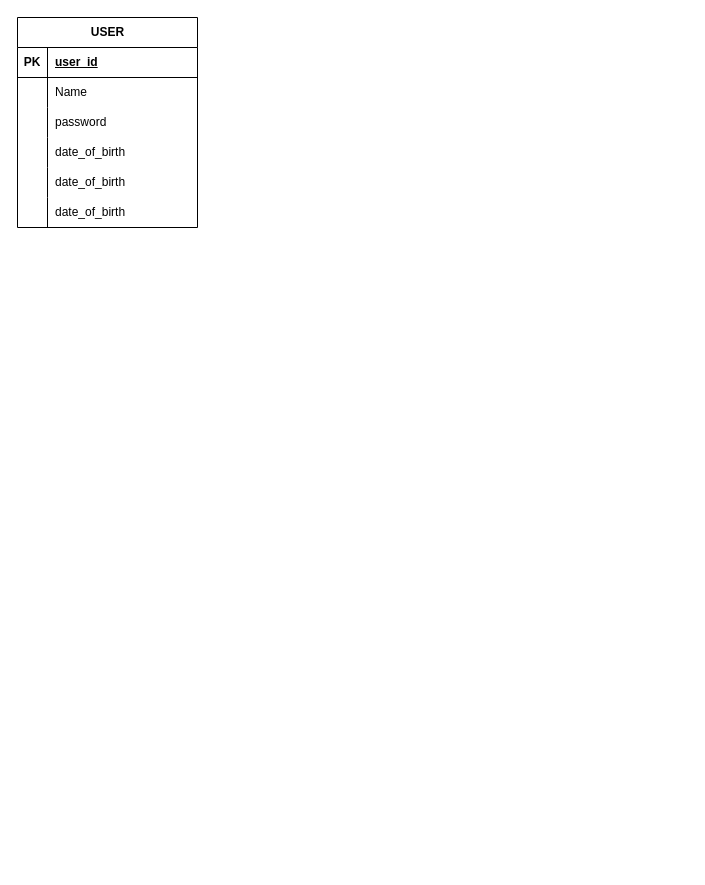
Earlier version of the draw.io diagram Spotify_ERD.drawio (mhtcode/Draw.io). Source tidied: cells renumbered, new cells numbered last; positions are measured from the earlier drawing's top-left corner, leaving out a move shared by most shapes. Both pictures are drawn from the tidied source at 100%, with x=0, y=0 at pixel (17, 17).
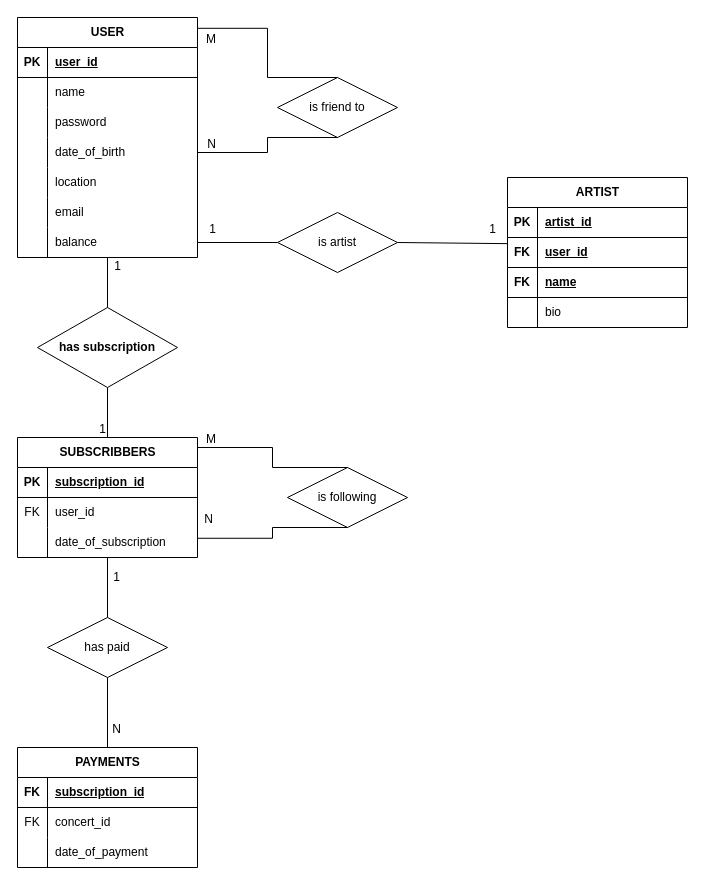
After the change.

Unchanged cells that the change refers to:
```xml
<mxCell id="6" style="shape=tableRow;horizontal=0;startSize=0;swimlaneHead=0;swimlaneBody=0;fillColor=none;top=0;left=0;right=0;bottom=0;" parent="2" vertex="1">
  <mxGeometry y="60" width="180" height="30" as="geometry" />
</mxCell>
<mxCell id="12" style="shape=tableRow;horizontal=0;startSize=0;swimlaneHead=0;swimlaneBody=0;fillColor=none;points=[[0,0.5],[1,0.5]];portConstraint=eastwest;top=0;left=0;right=0;bottom=0;" parent="2" vertex="1">
  <mxGeometry y="120" width="180" height="30" as="geometry" />
</mxCell>
<mxCell id="15" style="shape=tableRow;horizontal=0;startSize=0;swimlaneHead=0;swimlaneBody=0;fillColor=none;top=0;left=0;right=0;bottom=0;" parent="2" vertex="1">
  <mxGeometry y="150" width="180" height="30" as="geometry" />
</mxCell>
<mxCell id="18" style="shape=tableRow;horizontal=0;startSize=0;swimlaneHead=0;swimlaneBody=0;fillColor=none;top=0;left=0;right=0;bottom=0;" parent="2" vertex="1">
  <mxGeometry y="180" width="180" height="30" as="geometry" />
</mxCell>
```

Diff of the diagram source:
```diff
@@
     <mxCell id="2" value="USER" style="shape=table;startSize=30;childLayout=tableLayout;rowLines=0;fontStyle=1;align=center;html=1;" parent="1" vertex="1">
-      <mxGeometry width="180" height="210" as="geometry" />
+      <mxGeometry width="180" height="240" as="geometry" />
     </mxCell>
@@
-    <mxCell id="8" value="Name" style="shape=partialRectangle;fillColor=none;top=0;left=0;bottom=0;right=0;align=left;spacingLeft=6;overflow=hidden;whiteSpace=wrap;html=1;" parent="6" vertex="1">
+    <mxCell id="8" value="name" style="shape=partialRectangle;fillColor=none;top=0;left=0;bottom=0;right=0;align=left;spacingLeft=6;overflow=hidden;whiteSpace=wrap;html=1;" parent="6" vertex="1">
       <mxGeometry x="30" width="150" height="30" as="geometry" />
     </mxCell>
@@
-    <mxCell id="17" value="date_of_birth" style="shape=partialRectangle;fillColor=none;top=0;left=0;bottom=0;right=0;align=left;spacingLeft=6;overflow=hidden;whiteSpace=wrap;html=1;" parent="15" vertex="1">
+    <mxCell id="17" value="location" style="shape=partialRectangle;fillColor=none;top=0;left=0;bottom=0;right=0;align=left;spacingLeft=6;overflow=hidden;whiteSpace=wrap;html=1;" parent="15" vertex="1">
       <mxGeometry x="30" width="150" height="30" as="geometry" />
     </mxCell>
@@
-    <mxCell id="20" value="date_of_birth" style="shape=partialRectangle;fillColor=none;top=0;left=0;bottom=0;right=0;align=left;spacingLeft=6;overflow=hidden;whiteSpace=wrap;html=1;" parent="18" vertex="1">
+    <mxCell id="20" value="email" style="shape=partialRectangle;fillColor=none;top=0;left=0;bottom=0;right=0;align=left;spacingLeft=6;overflow=hidden;whiteSpace=wrap;html=1;" parent="18" vertex="1">
       <mxGeometry x="30" width="150" height="30" as="geometry" />
     </mxCell>
+    <mxCell id="21" style="shape=tableRow;horizontal=0;startSize=0;swimlaneHead=0;swimlaneBody=0;fillColor=none;points=[[0,0.5],[1,0.5]];portConstraint=eastwest;top=0;left=0;right=0;bottom=0;" parent="2" vertex="1">
+      <mxGeometry y="210" width="180" height="30" as="geometry" />
+    </mxCell>
+    <mxCell id="22" style="shape=partialRectangle;fillColor=none;top=0;left=0;bottom=0;right=0;overflow=hidden;whiteSpace=wrap;html=1;" parent="21" vertex="1">
+      <mxGeometry width="30" height="30" as="geometry" />
+    </mxCell>
+    <mxCell id="23" value="balance" style="shape=partialRectangle;fillColor=none;top=0;left=0;bottom=0;right=0;align=left;spacingLeft=6;overflow=hidden;whiteSpace=wrap;html=1;" parent="21" vertex="1">
+      <mxGeometry x="30" width="150" height="30" as="geometry" />
+    </mxCell>
+    <mxCell id="24" value="PAYMENTS" style="shape=table;startSize=30;childLayout=tableLayout;rowLines=0;fontStyle=1;align=center;html=1;" parent="1" vertex="1">
+      <mxGeometry y="730" width="180" height="120" as="geometry" />
+    </mxCell>
+    <mxCell id="25" style="shape=tableRow;horizontal=0;startSize=0;swimlaneHead=0;swimlaneBody=0;fillColor=none;top=0;left=0;right=0;bottom=1;" parent="24" vertex="1">
+      <mxGeometry y="30" width="180" height="30" as="geometry" />
+    </mxCell>
+    <mxCell id="26" value="FK" style="shape=partialRectangle;fillColor=none;top=0;left=0;bottom=0;right=0;fontStyle=1;overflow=hidden;whiteSpace=wrap;html=1;" parent="25" vertex="1">
+      <mxGeometry width="30" height="30" as="geometry" />
+    </mxCell>
+    <mxCell id="27" value="subscription_id" style="shape=partialRectangle;fillColor=none;top=0;left=0;bottom=0;right=0;align=left;spacingLeft=6;fontStyle=5;overflow=hidden;whiteSpace=wrap;html=1;" parent="25" vertex="1">
+      <mxGeometry x="30" width="150" height="30" as="geometry" />
+    </mxCell>
+    <mxCell id="28" style="shape=tableRow;horizontal=0;startSize=0;swimlaneHead=0;swimlaneBody=0;fillColor=none;top=0;left=0;right=0;bottom=0;" parent="24" vertex="1">
+      <mxGeometry y="60" width="180" height="30" as="geometry" />
+    </mxCell>
+    <mxCell id="29" value="FK" style="shape=partialRectangle;fillColor=none;top=0;left=0;bottom=0;right=0;overflow=hidden;whiteSpace=wrap;html=1;" parent="28" vertex="1">
+      <mxGeometry width="30" height="30" as="geometry" />
+    </mxCell>
+    <mxCell id="30" value="concert_id" style="shape=partialRectangle;fillColor=none;top=0;left=0;bottom=0;right=0;align=left;spacingLeft=6;overflow=hidden;whiteSpace=wrap;html=1;" parent="28" vertex="1">
+      <mxGeometry x="30" width="150" height="30" as="geometry" />
+    </mxCell>
+    <mxCell id="31" style="shape=tableRow;horizontal=0;startSize=0;swimlaneHead=0;swimlaneBody=0;fillColor=none;top=0;left=0;right=0;bottom=0;" parent="24" vertex="1">
+      <mxGeometry y="90" width="180" height="30" as="geometry" />
+    </mxCell>
+    <mxCell id="32" style="shape=partialRectangle;fillColor=none;top=0;left=0;bottom=0;right=0;overflow=hidden;whiteSpace=wrap;html=1;" parent="31" vertex="1">
+      <mxGeometry width="30" height="30" as="geometry" />
+    </mxCell>
+    <mxCell id="33" value="date_of_payment" style="shape=partialRectangle;fillColor=none;top=0;left=0;bottom=0;right=0;align=left;spacingLeft=6;overflow=hidden;whiteSpace=wrap;html=1;" parent="31" vertex="1">
+      <mxGeometry x="30" width="150" height="30" as="geometry" />
+    </mxCell>
+    <mxCell id="34" value="SUBSCRIBBERS" style="shape=table;startSize=30;childLayout=tableLayout;rowLines=0;fontStyle=1;align=center;html=1;" parent="1" vertex="1">
+      <mxGeometry y="420" width="180" height="120" as="geometry" />
+    </mxCell>
+    <mxCell id="35" style="shape=tableRow;horizontal=0;startSize=0;swimlaneHead=0;swimlaneBody=0;fillColor=none;top=0;left=0;right=0;bottom=1;" parent="34" vertex="1">
+      <mxGeometry y="30" width="180" height="30" as="geometry" />
+    </mxCell>
+    <mxCell id="36" value="PK" style="shape=partialRectangle;fillColor=none;top=0;left=0;bottom=0;right=0;fontStyle=1;overflow=hidden;whiteSpace=wrap;html=1;" parent="35" vertex="1">
+      <mxGeometry width="30" height="30" as="geometry" />
+    </mxCell>
+    <mxCell id="37" value="subscription_id" style="shape=partialRectangle;fillColor=none;top=0;left=0;bottom=0;right=0;align=left;spacingLeft=6;fontStyle=5;overflow=hidden;whiteSpace=wrap;html=1;" parent="35" vertex="1">
+      <mxGeometry x="30" width="150" height="30" as="geometry" />
+    </mxCell>
+    <mxCell id="38" style="shape=tableRow;horizontal=0;startSize=0;swimlaneHead=0;swimlaneBody=0;fillColor=none;top=0;left=0;right=0;bottom=0;" parent="34" vertex="1">
+      <mxGeometry y="60" width="180" height="30" as="geometry" />
+    </mxCell>
+    <mxCell id="39" value="FK" style="shape=partialRectangle;fillColor=none;top=0;left=0;bottom=0;right=0;overflow=hidden;whiteSpace=wrap;html=1;" parent="38" vertex="1">
+      <mxGeometry width="30" height="30" as="geometry" />
+    </mxCell>
+    <mxCell id="40" value="user_id" style="shape=partialRectangle;fillColor=none;top=0;left=0;bottom=0;right=0;align=left;spacingLeft=6;overflow=hidden;whiteSpace=wrap;html=1;" parent="38" vertex="1">
+      <mxGeometry x="30" width="150" height="30" as="geometry" />
+    </mxCell>
+    <mxCell id="41" style="shape=tableRow;horizontal=0;startSize=0;swimlaneHead=0;swimlaneBody=0;fillColor=none;points=[[0,0.5],[1,0.5]];portConstraint=eastwest;top=0;left=0;right=0;bottom=0;" parent="34" vertex="1">
+      <mxGeometry y="90" width="180" height="30" as="geometry" />
+    </mxCell>
+    <mxCell id="42" style="shape=partialRectangle;fillColor=none;top=0;left=0;bottom=0;right=0;overflow=hidden;whiteSpace=wrap;html=1;" parent="41" vertex="1">
+      <mxGeometry width="30" height="30" as="geometry" />
+    </mxCell>
+    <mxCell id="43" value="date_of_subscription" style="shape=partialRectangle;fillColor=none;top=0;left=0;bottom=0;right=0;align=left;spacingLeft=6;overflow=hidden;whiteSpace=wrap;html=1;" parent="41" vertex="1">
+      <mxGeometry x="30" width="150" height="30" as="geometry" />
+    </mxCell>
+    <mxCell id="44" value="has subscription" style="rhombus;whiteSpace=wrap;html=1;startSize=30;fontStyle=1;" parent="1" vertex="1">
+      <mxGeometry x="20" y="290" width="140" height="80" as="geometry" />
+    </mxCell>
+    <mxCell id="45" value="has paid" style="shape=rhombus;perimeter=rhombusPerimeter;whiteSpace=wrap;html=1;align=center;" parent="1" vertex="1">
+      <mxGeometry x="30" y="600" width="120" height="60" as="geometry" />
+    </mxCell>
+    <mxCell id="46" style="endArrow=none;html=1;rounded=0;exitX=0.5;exitY=1;exitDx=0;exitDy=0;entryX=0.5;entryY=0;entryDx=0;entryDy=0;" parent="1" edge="1" source="45" target="24">
+      <mxGeometry relative="1" as="geometry" />
+    </mxCell>
+    <mxCell id="47" value="N" style="html=1;whiteSpace=wrap;align=right;verticalAlign=bottom;" parent="46" vertex="1">
+      <mxGeometry x="1" relative="1" as="geometry">
+        <mxPoint x="15" y="-10" as="offset" />
+      </mxGeometry>
+    </mxCell>
+    <mxCell id="48" style="endArrow=none;html=1;rounded=0;exitX=0.5;exitY=0;exitDx=0;exitDy=0;" parent="1" edge="1" source="45">
+      <mxGeometry relative="1" as="geometry">
+        <mxPoint x="90" y="540" as="targetPoint" />
+      </mxGeometry>
+    </mxCell>
+    <mxCell id="49" value="1" style="html=1;whiteSpace=wrap;align=right;verticalAlign=bottom;" parent="48" vertex="1">
+      <mxGeometry x="1" relative="1" as="geometry">
+        <mxPoint x="14" y="28" as="offset" />
+      </mxGeometry>
+    </mxCell>
+    <mxCell id="50" style="endArrow=none;html=1;rounded=0;exitX=0.5;exitY=0;exitDx=0;exitDy=0;" parent="1" edge="1" source="44">
+      <mxGeometry relative="1" as="geometry">
+        <mxPoint x="90" y="240" as="targetPoint" />
+      </mxGeometry>
+    </mxCell>
+    <mxCell id="51" value="1" style="html=1;whiteSpace=wrap;align=right;verticalAlign=bottom;" parent="50" vertex="1">
+      <mxGeometry x="1" relative="1" as="geometry">
+        <mxPoint x="15" y="17" as="offset" />
+      </mxGeometry>
+    </mxCell>
+    <mxCell id="52" style="endArrow=none;html=1;rounded=0;entryX=0.5;entryY=0;entryDx=0;entryDy=0;" parent="1" edge="1" target="34">
+      <mxGeometry relative="1" as="geometry">
+        <mxPoint x="90" y="370" as="sourcePoint" />
+      </mxGeometry>
+    </mxCell>
+    <mxCell id="53" value="1" style="html=1;whiteSpace=wrap;align=right;verticalAlign=bottom;" parent="52" vertex="1">
+      <mxGeometry x="1" relative="1" as="geometry" />
+    </mxCell>
+    <mxCell id="54" value="is friend to" style="shape=rhombus;perimeter=rhombusPerimeter;whiteSpace=wrap;html=1;align=center;" parent="1" vertex="1">
+      <mxGeometry x="260" y="60" width="120" height="60" as="geometry" />
+    </mxCell>
+    <mxCell id="55" style="endArrow=none;html=1;rounded=0;entryX=1;entryY=0.5;entryDx=0;entryDy=0;exitX=0.5;exitY=1;exitDx=0;exitDy=0;edgeStyle=elbowEdgeStyle;" parent="1" edge="1" source="54" target="12">
+      <mxGeometry relative="1" as="geometry" />
+    </mxCell>
+    <mxCell id="56" value="N" style="html=1;whiteSpace=wrap;align=right;verticalAlign=bottom;" parent="55" vertex="1">
+      <mxGeometry x="1" relative="1" as="geometry">
+        <mxPoint x="20" as="offset" />
+      </mxGeometry>
+    </mxCell>
+    <mxCell id="57" style="endArrow=none;html=1;rounded=0;entryX=1;entryY=0.045;entryDx=0;entryDy=0;entryPerimeter=0;exitX=0.5;exitY=0;exitDx=0;exitDy=0;edgeStyle=elbowEdgeStyle;" parent="1" edge="1" source="54" target="2">
+      <mxGeometry relative="1" as="geometry" />
+    </mxCell>
+    <mxCell id="58" value="M" style="html=1;whiteSpace=wrap;align=right;verticalAlign=bottom;" parent="57" vertex="1">
+      <mxGeometry x="1" relative="1" as="geometry">
+        <mxPoint x="20" y="19" as="offset" />
+      </mxGeometry>
+    </mxCell>
+    <mxCell id="59" value="ARTIST" style="shape=table;startSize=30;childLayout=tableLayout;rowLines=0;fontStyle=1;align=center;html=1;" parent="1" vertex="1">
+      <mxGeometry x="490" y="160" width="180" height="150" as="geometry" />
+    </mxCell>
+    <mxCell id="60" style="shape=tableRow;horizontal=0;startSize=0;swimlaneHead=0;swimlaneBody=0;fillColor=none;top=0;left=0;right=0;bottom=1;" parent="59" vertex="1">
+      <mxGeometry y="30" width="180" height="30" as="geometry" />
+    </mxCell>
+    <mxCell id="61" value="PK" style="shape=partialRectangle;fillColor=none;top=0;left=0;bottom=0;right=0;fontStyle=1;overflow=hidden;whiteSpace=wrap;html=1;" parent="60" vertex="1">
+      <mxGeometry width="30" height="30" as="geometry" />
+    </mxCell>
+    <mxCell id="62" value="artist_id" style="shape=partialRectangle;fillColor=none;top=0;left=0;bottom=0;right=0;align=left;spacingLeft=6;fontStyle=5;overflow=hidden;whiteSpace=wrap;html=1;" parent="60" vertex="1">
+      <mxGeometry x="30" width="150" height="30" as="geometry" />
+    </mxCell>
+    <mxCell id="63" style="shape=tableRow;horizontal=0;startSize=0;swimlaneHead=0;swimlaneBody=0;fillColor=none;points=[[0,0.5],[1,0.5]];portConstraint=eastwest;top=0;left=0;right=0;bottom=1;" parent="59" vertex="1">
+      <mxGeometry y="60" width="180" height="30" as="geometry" />
+    </mxCell>
+    <mxCell id="64" value="FK" style="shape=partialRectangle;fillColor=none;top=0;left=0;bottom=0;right=0;fontStyle=1;overflow=hidden;whiteSpace=wrap;html=1;" parent="63" vertex="1">
+      <mxGeometry width="30" height="30" as="geometry" />
+    </mxCell>
+    <mxCell id="65" value="user_id" style="shape=partialRectangle;fillColor=none;top=0;left=0;bottom=0;right=0;align=left;spacingLeft=6;fontStyle=5;overflow=hidden;whiteSpace=wrap;html=1;" parent="63" vertex="1">
+      <mxGeometry x="30" width="150" height="30" as="geometry" />
+    </mxCell>
+    <mxCell id="66" style="shape=tableRow;horizontal=0;startSize=0;swimlaneHead=0;swimlaneBody=0;fillColor=none;top=0;left=0;right=0;bottom=1;" parent="59" vertex="1">
+      <mxGeometry y="90" width="180" height="30" as="geometry" />
+    </mxCell>
+    <mxCell id="67" value="FK" style="shape=partialRectangle;fillColor=none;top=0;left=0;bottom=0;right=0;fontStyle=1;overflow=hidden;whiteSpace=wrap;html=1;" parent="66" vertex="1">
+      <mxGeometry width="30" height="30" as="geometry" />
+    </mxCell>
+    <mxCell id="68" value="name" style="shape=partialRectangle;fillColor=none;top=0;left=0;bottom=0;right=0;align=left;spacingLeft=6;fontStyle=5;overflow=hidden;whiteSpace=wrap;html=1;" parent="66" vertex="1">
+      <mxGeometry x="30" width="150" height="30" as="geometry" />
+    </mxCell>
+    <mxCell id="69" style="shape=tableRow;horizontal=0;startSize=0;swimlaneHead=0;swimlaneBody=0;fillColor=none;top=0;left=0;right=0;bottom=0;" parent="59" vertex="1">
+      <mxGeometry y="120" width="180" height="30" as="geometry" />
+    </mxCell>
+    <mxCell id="70" style="shape=partialRectangle;fillColor=none;top=0;left=0;bottom=0;right=0;overflow=hidden;whiteSpace=wrap;html=1;" parent="69" vertex="1">
+      <mxGeometry width="30" height="30" as="geometry" />
+    </mxCell>
+    <mxCell id="71" value="bio" style="shape=partialRectangle;fillColor=none;top=0;left=0;bottom=0;right=0;align=left;spacingLeft=6;overflow=hidden;whiteSpace=wrap;html=1;" parent="69" vertex="1">
+      <mxGeometry x="30" width="150" height="30" as="geometry" />
+    </mxCell>
+    <mxCell id="72" value="is artist" style="shape=rhombus;perimeter=rhombusPerimeter;whiteSpace=wrap;html=1;align=center;" parent="1" vertex="1">
+      <mxGeometry x="260" y="195" width="120" height="60" as="geometry" />
+    </mxCell>
+    <mxCell id="73" style="endArrow=none;html=1;rounded=0;exitX=1;exitY=0.5;exitDx=0;exitDy=0;entryX=0;entryY=0.205;entryDx=0;entryDy=0;entryPerimeter=0;" parent="1" edge="1" source="72" target="63">
+      <mxGeometry relative="1" as="geometry" />
+    </mxCell>
+    <mxCell id="74" value="1" style="html=1;whiteSpace=wrap;align=right;verticalAlign=bottom;" parent="73" vertex="1">
+      <mxGeometry x="1" relative="1" as="geometry">
+        <mxPoint x="-10" y="-6" as="offset" />
+      </mxGeometry>
+    </mxCell>
+    <mxCell id="75" style="endArrow=none;html=1;rounded=0;entryX=1;entryY=0.5;entryDx=0;entryDy=0;exitX=0;exitY=0.5;exitDx=0;exitDy=0;" parent="1" edge="1" source="72" target="21">
+      <mxGeometry relative="1" as="geometry" />
+    </mxCell>
+    <mxCell id="76" value="1" style="html=1;whiteSpace=wrap;align=right;verticalAlign=bottom;" parent="75" vertex="1">
+      <mxGeometry x="1" relative="1" as="geometry">
+        <mxPoint x="20" y="-5" as="offset" />
+      </mxGeometry>
+    </mxCell>
+    <mxCell id="77" value="is following" style="shape=rhombus;perimeter=rhombusPerimeter;whiteSpace=wrap;html=1;align=center;" parent="1" vertex="1">
+      <mxGeometry x="270" y="450" width="120" height="60" as="geometry" />
+    </mxCell>
+    <mxCell id="78" style="endArrow=none;html=1;rounded=0;edgeStyle=elbowEdgeStyle;entryX=0.5;entryY=0;entryDx=0;entryDy=0;" parent="1" edge="1" target="77">
+      <mxGeometry relative="1" as="geometry">
+        <mxPoint x="180" y="430" as="sourcePoint" />
+      </mxGeometry>
+    </mxCell>
+    <mxCell id="79" value="M" style="html=1;whiteSpace=wrap;align=right;verticalAlign=bottom;" parent="78" vertex="1">
+      <mxGeometry x="1" relative="1" as="geometry">
+        <mxPoint x="-130" y="-20" as="offset" />
+      </mxGeometry>
+    </mxCell>
+    <mxCell id="80" style="endArrow=none;html=1;rounded=0;entryX=1;entryY=0.359;entryDx=0;entryDy=0;entryPerimeter=0;exitX=0.5;exitY=1;exitDx=0;exitDy=0;edgeStyle=elbowEdgeStyle;" parent="1" edge="1" source="77" target="41">
+      <mxGeometry relative="1" as="geometry" />
+    </mxCell>
+    <mxCell id="81" value="N" style="html=1;whiteSpace=wrap;align=right;verticalAlign=bottom;" parent="80" vertex="1">
+      <mxGeometry x="1" relative="1" as="geometry">
+        <mxPoint x="17" y="-11" as="offset" />
+      </mxGeometry>
+    </mxCell>
```
